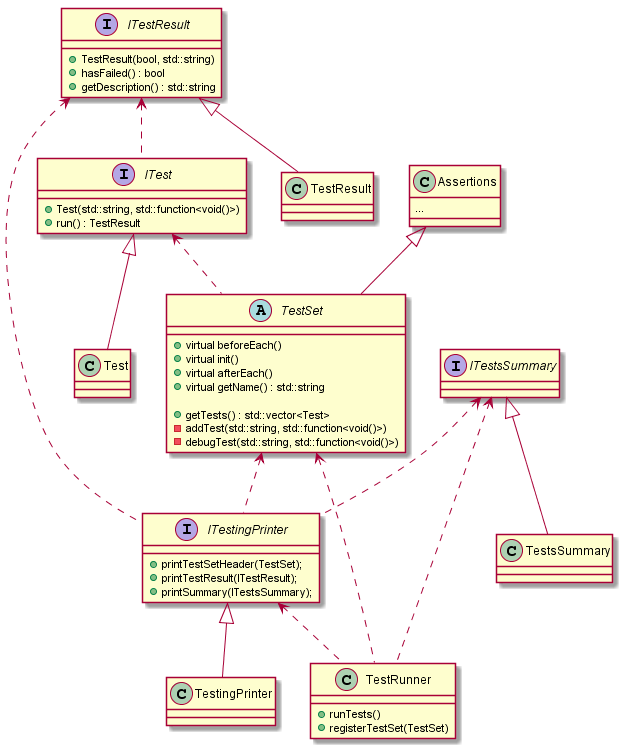
The PlantUML diagram docs/test_runner.png in magdalenatragarz/quokkatest, before a commit.
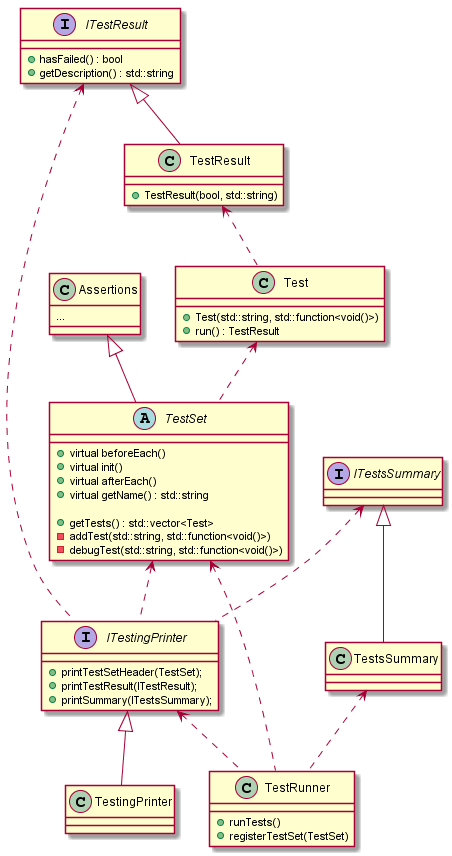
Above is the later version.

Commit message:
test runner diagram correction

Diff of the diagram source:
```diff
@@ -1,22 +1,18 @@
 @startuml
 
-interface ITest {
+
+class Test {
     + Test(std::string, std::function<void()>)
     + run() : TestResult
 }
 
-class Test {
-
-}
-
 interface ITestResult {
-    + TestResult(bool, std::string)
     + hasFailed() : bool
     + getDescription() : std::string
 }
 
 class TestResult {
-
+    + TestResult(bool, std::string)
 }
 
 interface ITestingPrinter {
@@ -59,7 +55,6 @@
     ...
 }
 
-ITest <|-- Test
 ITestResult <|-- TestResult
 ITestingPrinter <|-- TestingPrinter
 ITestsSummary <|-- TestsSummary
@@ -70,11 +65,11 @@
 TestSet <.. ITestingPrinter
 
 TestSet <.. TestRunner
-ITestsSummary <.. TestRunner
+TestsSummary <.. TestRunner
 ITestingPrinter <.. TestRunner
 
-ITestResult <.. ITest
+TestResult <.. Test
 
-ITest <.. TestSet
+Test <.. TestSet
 
 @enduml
```
